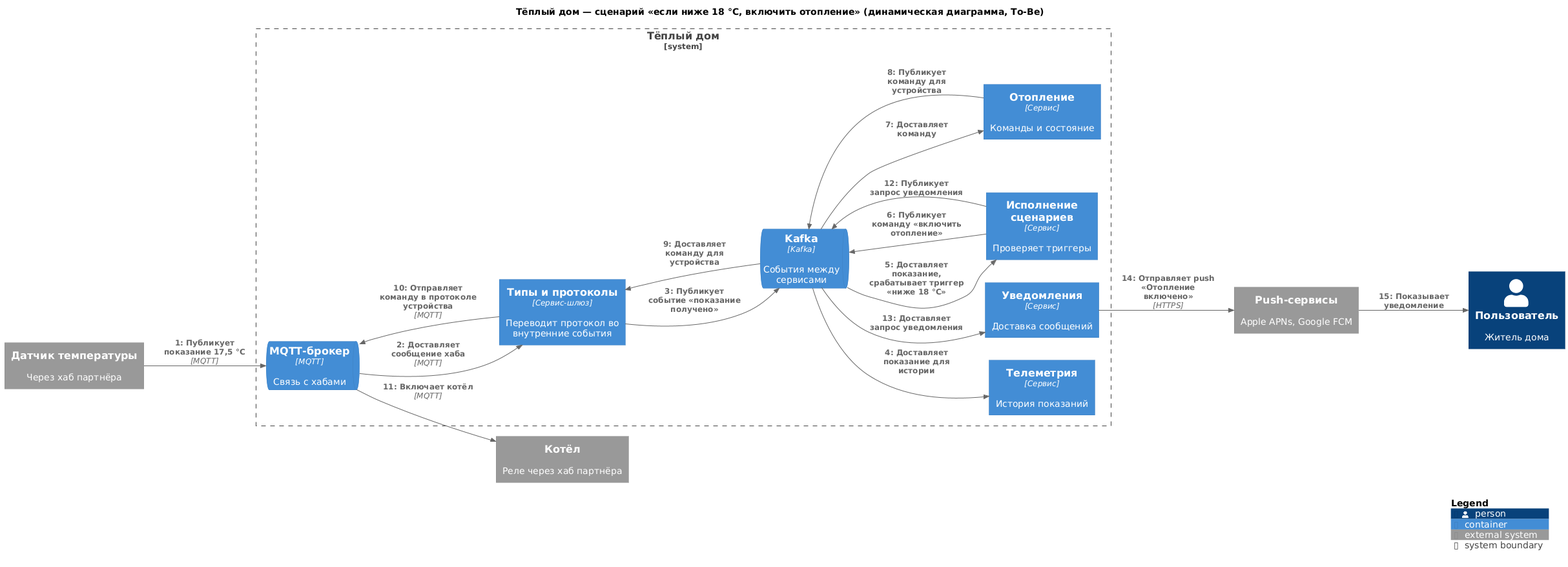
KirylNik/architecture-warmhouse keeps this PlantUML diagram as diagrams/dynamic/WarmHouse_Dynamic_Heating.png. Above is the earlier version.
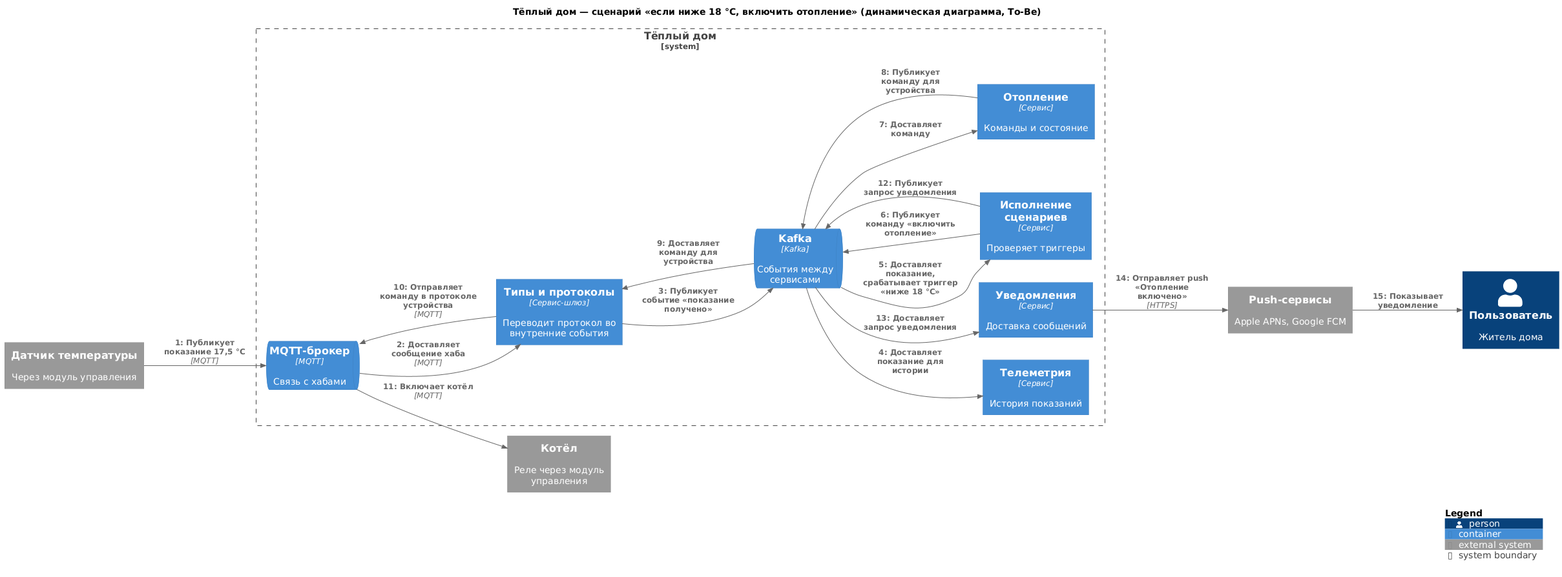
Above is the later version.

Change to the diagram source:
```diff
@@ -5,8 +5,8 @@
 
 title Тёплый дом — сценарий «если ниже 18 °C, включить отопление» (динамическая диаграмма, To-Be)
 
-System_Ext(sensor, "Датчик температуры", "Через хаб партнёра")
-System_Ext(boiler, "Котёл", "Реле через хаб партнёра")
+System_Ext(sensor, "Датчик температуры", "Через модуль управления")
+System_Ext(boiler, "Котёл", "Реле через модуль управления")
 Person(user, "Пользователь", "Житель дома")
 System_Ext(push, "Push-сервисы", "Apple APNs, Google FCM")
 
```
